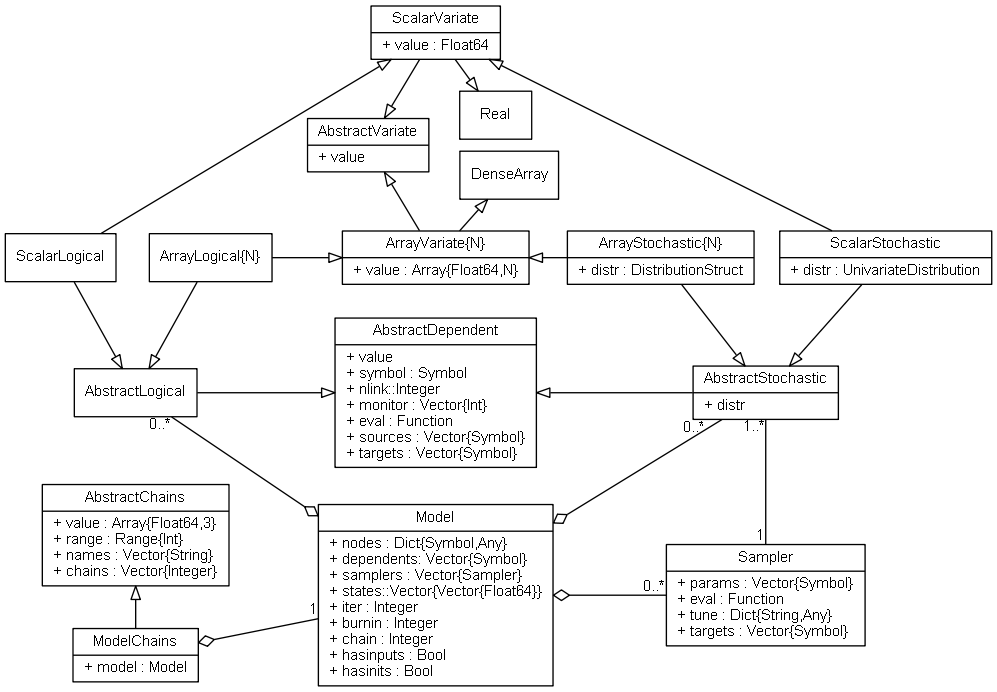
Before: doc/images/mcmcUML.png, a diagram exported from Graphviz (brian-j-smith/Mamba.jl). Its source is kept beside it as doc/images/mcmcUML.dot.
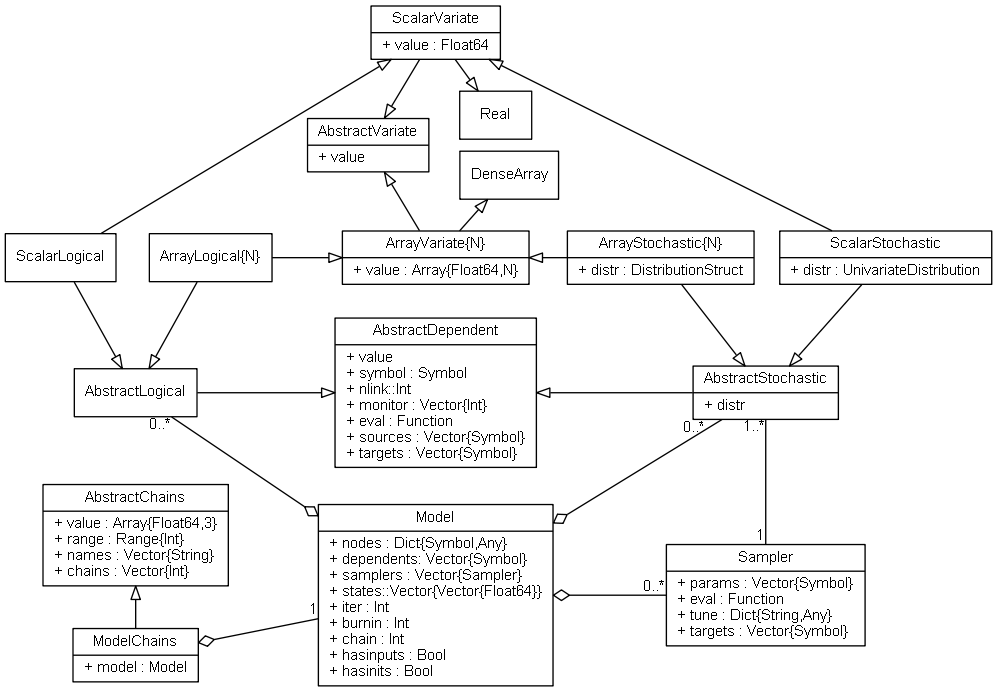
The same diagram one commit later.

What changed in the source:
```diff
@@ -12,7 +12,7 @@
 
     DenseArray [label = "{DenseArray}", pos="324,570"]
 
-    AbstractDependent [label = "{AbstractDependent|+ value\l+ symbol : Symbol\l+ nlink::Integer\l+ monitor : Vector\{Int\}\l+ eval : Function\l+ sources : Vector\{Symbol\}\l+ targets : Vector\{Symbol\}\l}", pos="275,425"]
+    AbstractDependent [label = "{AbstractDependent|+ value\l+ symbol : Symbol\l+ nlink::Int\l+ monitor : Vector\{Int\}\l+ eval : Function\l+ sources : Vector\{Symbol\}\l+ targets : Vector\{Symbol\}\l}", pos="275,425"]
 
     AbstractLogical [label = "{AbstractLogical}", pos="75,425"]
 
@@ -32,11 +32,11 @@
 
     ScalarVariate [label = "{ScalarVariate|+ value : Float64\l}", pos="275,665"]
 
-    Model [label = "{Model|+ nodes : Dict\{Symbol,Any\}\l+ dependents: Vector\{Symbol\}\l+ samplers : Vector\{Sampler\}\l+ states::Vector\{Vector\{Float64\}\}\l+ iter : Integer\l+ burnin : Integer\l+ chain : Integer\l+ hasinputs : Bool\l+ hasinits : Bool\l}", pos="275,290"]
+    Model [label = "{Model|+ nodes : Dict\{Symbol,Any\}\l+ dependents: Vector\{Symbol\}\l+ samplers : Vector\{Sampler\}\l+ states::Vector\{Vector\{Float64\}\}\l+ iter : Int\l+ burnin : Int\l+ chain : Int\l+ hasinputs : Bool\l+ hasinits : Bool\l}", pos="275,290"]
 
     Sampler [label = "{Sampler|+ params : Vector\{Symbol\}\l+ eval : Function\l+ tune : Dict\{String,Any\}\l+ targets : Vector\{Symbol\}\l}", pos="495,290"]
 
-    AbstractChains  [label = "{AbstractChains|+ value : Array\{Float64,3\}\l+ range : Range\{Int\}\l+ names : Vector\{String\}\l+ chains : Vector\{Integer\}\l}", pos="75,330"]
+    AbstractChains  [label = "{AbstractChains|+ value : Array\{Float64,3\}\l+ range : Range\{Int\}\l+ names : Vector\{String\}\l+ chains : Vector\{Int\}\l}", pos="75,330"]
 
     ModelChains [label = "{ModelChains|+ model : Model\l}", pos="75,250"]
 
```
